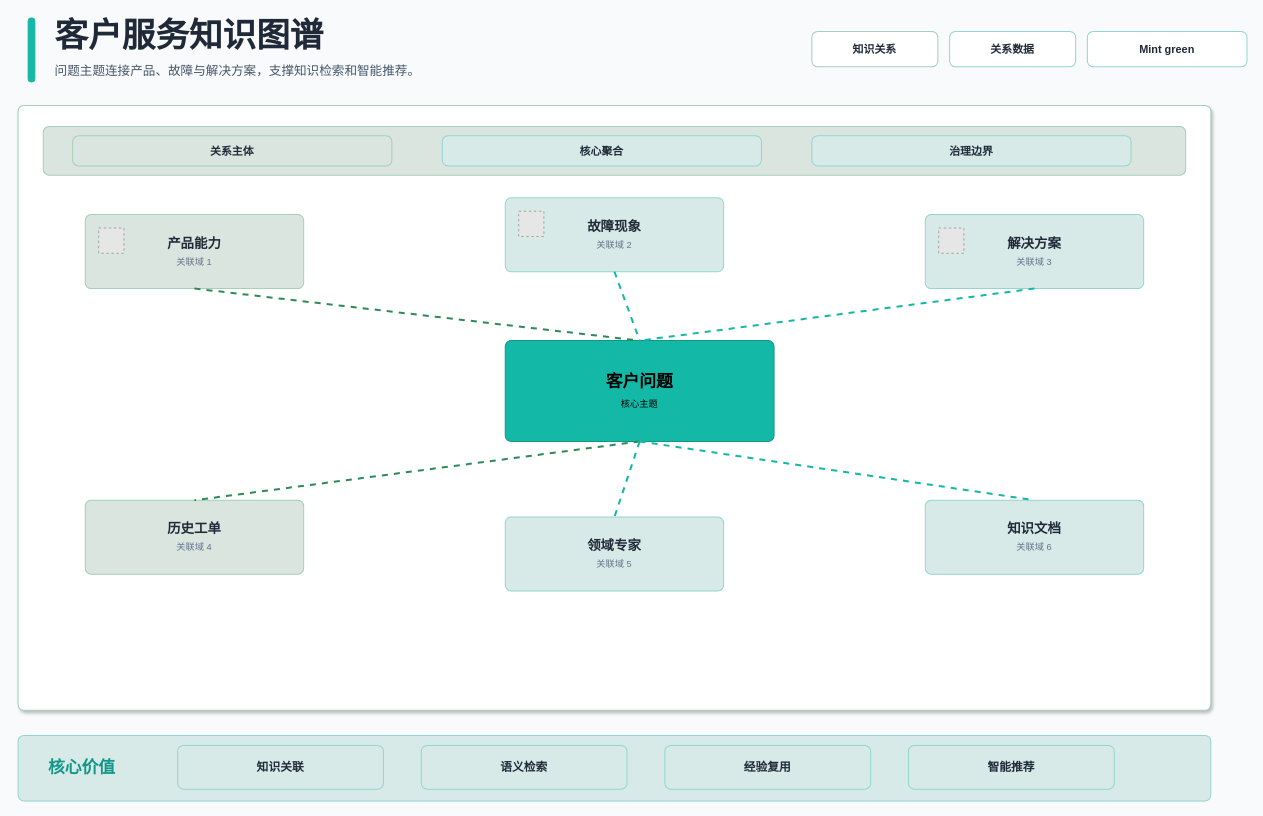
The draw.io diagram .opencode/skills/xml-diagram/examples/relationship-knowledge-mint-green-light-enterprise.drawio in BeWaterMyFriend7/SKILL-PROJECT, before the edit. Source tidied: cells renumbered, new cells numbered last; positions are measured from the earlier drawing's top-left corner, leaving out a move shared by most shapes. Both pictures are drawn from the tidied source at 84%, with x=0, y=0 at pixel (18, 14). Pictures stored in the file or linked from it are replaced by grey dashed boxes.
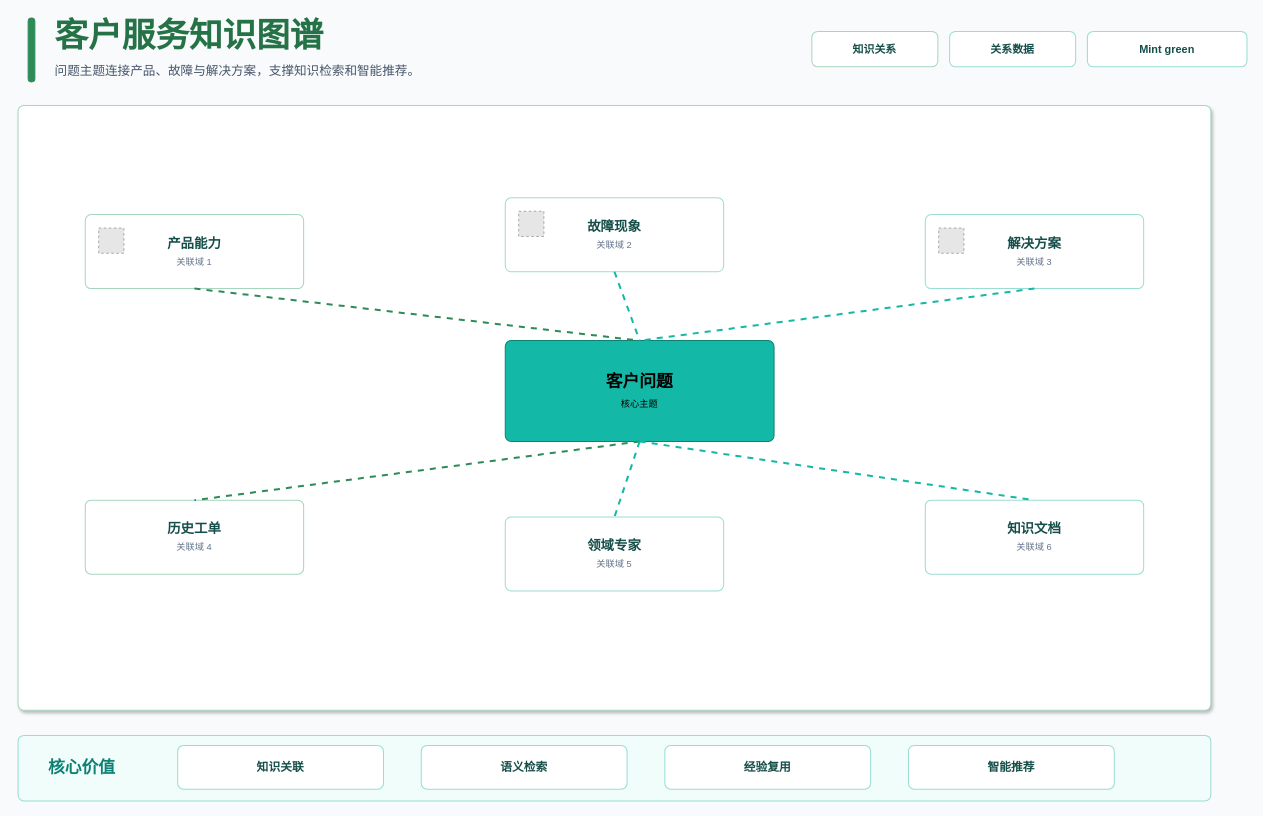
After the change.

What changed in the source:
```diff
@@
-    <mxCell id="2" style="rounded=1;absoluteArcSize=1;arcSize=14;whiteSpace=wrap;html=1;fillColor=#14B8A6;strokeColor=#14B8A6;strokeWidth=1.2;fontColor=#000000;fontSize=12;fontFamily=Microsoft YaHei;align=center;verticalAlign=middle;" parent="1" vertex="1">
+    <mxCell id="2" style="rounded=1;absoluteArcSize=1;arcSize=14;whiteSpace=wrap;html=1;fillColor=#2E8B57;strokeColor=#2E8B57;strokeWidth=1.2;fontColor=#000000;fontSize=12;fontFamily=Microsoft YaHei;align=center;verticalAlign=middle;" parent="1" vertex="1">
       <mxGeometry x="12" y="4" width="8" height="76" as="geometry" />
     </mxCell>
-    <mxCell id="3" value="客户服务知识图谱" style="rounded=1;absoluteArcSize=1;arcSize=14;whiteSpace=wrap;html=1;fillColor=none;strokeColor=none;strokeWidth=1.2;fontColor=#1F2937;fontSize=40;fontFamily=Microsoft YaHei;align=left;verticalAlign=middle;fontStyle=1;" parent="1" vertex="1">
+    <mxCell id="3" value="客户服务知识图谱" style="rounded=1;absoluteArcSize=1;arcSize=14;whiteSpace=wrap;html=1;fillColor=none;strokeColor=none;strokeWidth=1.2;fontColor=#267247;fontSize=40;fontFamily=Microsoft YaHei;align=left;verticalAlign=middle;fontStyle=1;" parent="1" vertex="1">
       <mxGeometry x="42" width="760" height="48" as="geometry" />
     </mxCell>
@@
-    <mxCell id="5" value="知识关系" style="rounded=1;absoluteArcSize=1;arcSize=14;whiteSpace=wrap;html=1;fillColor=#FFFFFF;strokeColor=#A7CEB8;strokeWidth=1.2;fontColor=#1F2937;fontSize=13;fontFamily=Microsoft YaHei;align=center;verticalAlign=middle;fontStyle=1;" parent="1" vertex="1">
+    <mxCell id="5" value="知识关系" style="rounded=1;absoluteArcSize=1;arcSize=14;whiteSpace=wrap;html=1;fillColor=#FFFFFF;strokeColor=#A8D5BE;strokeWidth=1.2;fontColor=#154E49;fontSize=13;fontFamily=Microsoft YaHei;align=center;verticalAlign=middle;fontStyle=1;" parent="1" vertex="1">
       <mxGeometry x="945" y="20" width="150" height="42" as="geometry" />
     </mxCell>
-    <mxCell id="6" value="关系数据" style="rounded=1;absoluteArcSize=1;arcSize=14;whiteSpace=wrap;html=1;fillColor=#FFFFFF;strokeColor=#94D6CF;strokeWidth=1.2;fontColor=#1F2937;fontSize=13;fontFamily=Microsoft YaHei;align=center;verticalAlign=middle;fontStyle=1;" parent="1" vertex="1">
+    <mxCell id="6" value="关系数据" style="rounded=1;absoluteArcSize=1;arcSize=14;whiteSpace=wrap;html=1;fillColor=#FFFFFF;strokeColor=#9ADDD2;strokeWidth=1.2;fontColor=#154E49;fontSize=13;fontFamily=Microsoft YaHei;align=center;verticalAlign=middle;fontStyle=1;" parent="1" vertex="1">
       <mxGeometry x="1109" y="20" width="150" height="42" as="geometry" />
     </mxCell>
-    <mxCell id="7" value="Mint green" style="rounded=1;absoluteArcSize=1;arcSize=14;whiteSpace=wrap;html=1;fillColor=#FFFFFF;strokeColor=#94D6CF;strokeWidth=1.2;fontColor=#1F2937;fontSize=13;fontFamily=Microsoft YaHei;align=center;verticalAlign=middle;fontStyle=1;" parent="1" vertex="1">
+    <mxCell id="7" value="Mint green" style="rounded=1;absoluteArcSize=1;arcSize=14;whiteSpace=wrap;html=1;fillColor=#FFFFFF;strokeColor=#9ADDD2;strokeWidth=1.2;fontColor=#154E49;fontSize=13;fontFamily=Microsoft YaHei;align=center;verticalAlign=middle;fontStyle=1;" parent="1" vertex="1">
       <mxGeometry x="1273" y="20" width="190" height="42" as="geometry" />
     </mxCell>
-    <mxCell id="8" style="rounded=1;absoluteArcSize=1;arcSize=14;whiteSpace=wrap;html=1;fillColor=#FFFFFF;strokeColor=#A7CEB8;strokeWidth=1.2;fontColor=#1F2937;fontSize=15;fontFamily=Microsoft YaHei;align=center;verticalAlign=middle;shadow=1;" parent="1" vertex="1">
+    <mxCell id="8" style="rounded=1;absoluteArcSize=1;arcSize=14;whiteSpace=wrap;html=1;fillColor=#FFFFFF;strokeColor=#A8D5BE;strokeWidth=1.2;fontColor=#154E49;fontSize=15;fontFamily=Microsoft YaHei;align=center;verticalAlign=middle;shadow=1;" parent="1" vertex="1">
       <mxGeometry y="108" width="1420" height="720" as="geometry" />
     </mxCell>
-    <mxCell id="9" style="rounded=1;absoluteArcSize=1;arcSize=14;whiteSpace=wrap;html=1;fillColor=#DAE5DF;strokeColor=#A7CEB8;strokeWidth=1.2;fontColor=#1F2937;fontSize=15;fontFamily=Microsoft YaHei;align=center;verticalAlign=middle;" parent="1" vertex="1">
-      <mxGeometry x="30" y="133" width="1360" height="58" as="geometry" />
-    </mxCell>
-    <mxCell id="10" value="&lt;b&gt;关系主体&lt;/b&gt;" style="rounded=1;absoluteArcSize=1;arcSize=14;whiteSpace=wrap;html=1;fillColor=#DAE5DF;strokeColor=#A7CEB8;strokeWidth=1.2;fontColor=#1F2937;fontSize=13;fontFamily=Microsoft YaHei;align=center;verticalAlign=middle;" parent="1" vertex="1">
-      <mxGeometry x="65" y="144" width="380" height="36" as="geometry" />
-    </mxCell>
-    <mxCell id="11" value="&lt;b&gt;核心聚合&lt;/b&gt;" style="rounded=1;absoluteArcSize=1;arcSize=14;whiteSpace=wrap;html=1;fillColor=#D8EAE8;strokeColor=#94D6CF;strokeWidth=1.2;fontColor=#1F2937;fontSize=13;fontFamily=Microsoft YaHei;align=center;verticalAlign=middle;" parent="1" vertex="1">
-      <mxGeometry x="505" y="144" width="380" height="36" as="geometry" />
-    </mxCell>
-    <mxCell id="12" value="&lt;b&gt;治理边界&lt;/b&gt;" style="rounded=1;absoluteArcSize=1;arcSize=14;whiteSpace=wrap;html=1;fillColor=#D8EAE8;strokeColor=#94D6CF;strokeWidth=1.2;fontColor=#1F2937;fontSize=13;fontFamily=Microsoft YaHei;align=center;verticalAlign=middle;" parent="1" vertex="1">
-      <mxGeometry x="945" y="144" width="380" height="36" as="geometry" />
-    </mxCell>
-    <mxCell id="13" style="rounded=1;absoluteArcSize=1;arcSize=14;whiteSpace=wrap;html=1;fillColor=#D8EAE8;strokeColor=#94D6CF;strokeWidth=1.2;fontColor=#1F2937;fontSize=15;fontFamily=Microsoft YaHei;align=center;verticalAlign=middle;" parent="1" vertex="1">
+    <mxCell id="13" style="rounded=1;absoluteArcSize=1;arcSize=14;whiteSpace=wrap;html=1;fillColor=#F0FDFA;strokeColor=#9ADDD2;strokeWidth=1.2;fontColor=#154E49;fontSize=15;fontFamily=Microsoft YaHei;align=center;verticalAlign=middle;" parent="1" vertex="1">
       <mxGeometry y="858" width="1420" height="78" as="geometry" />
     </mxCell>
-    <mxCell id="14" value="&lt;b&gt;知识关联&lt;/b&gt;" style="rounded=1;absoluteArcSize=1;arcSize=14;whiteSpace=wrap;html=1;fillColor=#D8EAE8;strokeColor=#94D6CF;strokeWidth=1.2;fontColor=#1F2937;fontSize=14;fontFamily=Microsoft YaHei;align=center;verticalAlign=middle;" parent="1" vertex="1">
+    <mxCell id="14" value="&lt;b&gt;知识关联&lt;/b&gt;" style="rounded=1;absoluteArcSize=1;arcSize=14;whiteSpace=wrap;html=1;fillColor=#FFFFFF;strokeColor=#9ADDD2;strokeWidth=1.2;fontColor=#154E49;fontSize=14;fontFamily=Microsoft YaHei;align=center;verticalAlign=middle;" parent="1" vertex="1">
       <mxGeometry x="190" y="870" width="245" height="52" as="geometry" />
     </mxCell>
-    <mxCell id="15" value="&lt;b&gt;语义检索&lt;/b&gt;" style="rounded=1;absoluteArcSize=1;arcSize=14;whiteSpace=wrap;html=1;fillColor=#D8EAE8;strokeColor=#94D6CF;strokeWidth=1.2;fontColor=#1F2937;fontSize=14;fontFamily=Microsoft YaHei;align=center;verticalAlign=middle;" parent="1" vertex="1">
+    <mxCell id="15" value="&lt;b&gt;语义检索&lt;/b&gt;" style="rounded=1;absoluteArcSize=1;arcSize=14;whiteSpace=wrap;html=1;fillColor=#FFFFFF;strokeColor=#9ADDD2;strokeWidth=1.2;fontColor=#154E49;fontSize=14;fontFamily=Microsoft YaHei;align=center;verticalAlign=middle;" parent="1" vertex="1">
       <mxGeometry x="480" y="870" width="245" height="52" as="geometry" />
     </mxCell>
-    <mxCell id="16" value="&lt;b&gt;经验复用&lt;/b&gt;" style="rounded=1;absoluteArcSize=1;arcSize=14;whiteSpace=wrap;html=1;fillColor=#D8EAE8;strokeColor=#94D6CF;strokeWidth=1.2;fontColor=#1F2937;fontSize=14;fontFamily=Microsoft YaHei;align=center;verticalAlign=middle;" parent="1" vertex="1">
+    <mxCell id="16" value="&lt;b&gt;经验复用&lt;/b&gt;" style="rounded=1;absoluteArcSize=1;arcSize=14;whiteSpace=wrap;html=1;fillColor=#FFFFFF;strokeColor=#9ADDD2;strokeWidth=1.2;fontColor=#154E49;fontSize=14;fontFamily=Microsoft YaHei;align=center;verticalAlign=middle;" parent="1" vertex="1">
       <mxGeometry x="770" y="870" width="245" height="52" as="geometry" />
     </mxCell>
-    <mxCell id="17" value="&lt;b&gt;智能推荐&lt;/b&gt;" style="rounded=1;absoluteArcSize=1;arcSize=14;whiteSpace=wrap;html=1;fillColor=#D8EAE8;strokeColor=#94D6CF;strokeWidth=1.2;fontColor=#1F2937;fontSize=14;fontFamily=Microsoft YaHei;align=center;verticalAlign=middle;" parent="1" vertex="1">
+    <mxCell id="17" value="&lt;b&gt;智能推荐&lt;/b&gt;" style="rounded=1;absoluteArcSize=1;arcSize=14;whiteSpace=wrap;html=1;fillColor=#FFFFFF;strokeColor=#9ADDD2;strokeWidth=1.2;fontColor=#154E49;fontSize=14;fontFamily=Microsoft YaHei;align=center;verticalAlign=middle;" parent="1" vertex="1">
       <mxGeometry x="1060" y="870" width="245" height="52" as="geometry" />
     </mxCell>
-    <mxCell id="18" value="&lt;b&gt;客户问题&lt;/b&gt;&lt;br&gt;&lt;font style='font-size:11px;color:#000000'&gt;核心主题&lt;/font&gt;" style="rounded=1;absoluteArcSize=1;arcSize=14;whiteSpace=wrap;html=1;fillColor=#14B8A6;strokeColor=#109788;strokeWidth=1.2;fontColor=#000000;fontSize=20;fontFamily=Microsoft YaHei;align=center;verticalAlign=middle;" parent="1" vertex="1">
+    <mxCell id="18" value="&lt;b&gt;客户问题&lt;/b&gt;&lt;br&gt;&lt;font style='font-size:11px;color:#000000'&gt;核心主题&lt;/font&gt;" style="rounded=1;absoluteArcSize=1;arcSize=14;whiteSpace=wrap;html=1;fillColor=#14B8A6;strokeColor=#0E8074;strokeWidth=1.2;fontColor=#000000;fontSize=20;fontFamily=Microsoft YaHei;align=center;verticalAlign=middle;" parent="1" vertex="1">
       <mxGeometry x="580" y="388" width="320" height="120" as="geometry" />
     </mxCell>
-    <mxCell id="19" value="&lt;b&gt;产品能力&lt;/b&gt;&lt;br&gt;&lt;font style='font-size:11px;color:#64748B'&gt;关联域 1&lt;/font&gt;" style="rounded=1;absoluteArcSize=1;arcSize=14;whiteSpace=wrap;html=1;fillColor=#DAE5DF;strokeColor=#A7CEB8;strokeWidth=1.2;fontColor=#1F2937;fontSize=16;fontFamily=Microsoft YaHei;align=center;verticalAlign=middle;" parent="1" vertex="1">
+    <mxCell id="19" value="&lt;b&gt;产品能力&lt;/b&gt;&lt;br&gt;&lt;font style='font-size:11px;color:#64748B'&gt;关联域 1&lt;/font&gt;" style="rounded=1;absoluteArcSize=1;arcSize=14;whiteSpace=wrap;html=1;fillColor=#FFFFFF;strokeColor=#A8D5BE;strokeWidth=1.2;fontColor=#154E49;fontSize=16;fontFamily=Microsoft YaHei;align=center;verticalAlign=middle;" parent="1" vertex="1">
       <mxGeometry x="80" y="238" width="260" height="88" as="geometry" />
     </mxCell>
-    <mxCell id="20" value="&lt;b&gt;故障现象&lt;/b&gt;&lt;br&gt;&lt;font style='font-size:11px;color:#64748B'&gt;关联域 2&lt;/font&gt;" style="rounded=1;absoluteArcSize=1;arcSize=14;whiteSpace=wrap;html=1;fillColor=#D8EAE8;strokeColor=#94D6CF;strokeWidth=1.2;fontColor=#1F2937;fontSize=16;fontFamily=Microsoft YaHei;align=center;verticalAlign=middle;" parent="1" vertex="1">
+    <mxCell id="20" value="&lt;b&gt;故障现象&lt;/b&gt;&lt;br&gt;&lt;font style='font-size:11px;color:#64748B'&gt;关联域 2&lt;/font&gt;" style="rounded=1;absoluteArcSize=1;arcSize=14;whiteSpace=wrap;html=1;fillColor=#FFFFFF;strokeColor=#9ADDD2;strokeWidth=1.2;fontColor=#154E49;fontSize=16;fontFamily=Microsoft YaHei;align=center;verticalAlign=middle;" parent="1" vertex="1">
       <mxGeometry x="580" y="218" width="260" height="88" as="geometry" />
     </mxCell>
-    <mxCell id="21" value="&lt;b&gt;解决方案&lt;/b&gt;&lt;br&gt;&lt;font style='font-size:11px;color:#64748B'&gt;关联域 3&lt;/font&gt;" style="rounded=1;absoluteArcSize=1;arcSize=14;whiteSpace=wrap;html=1;fillColor=#D8EAE8;strokeColor=#94D6CF;strokeWidth=1.2;fontColor=#1F2937;fontSize=16;fontFamily=Microsoft YaHei;align=center;verticalAlign=middle;" parent="1" vertex="1">
+    <mxCell id="21" value="&lt;b&gt;解决方案&lt;/b&gt;&lt;br&gt;&lt;font style='font-size:11px;color:#64748B'&gt;关联域 3&lt;/font&gt;" style="rounded=1;absoluteArcSize=1;arcSize=14;whiteSpace=wrap;html=1;fillColor=#FFFFFF;strokeColor=#9ADDD2;strokeWidth=1.2;fontColor=#154E49;fontSize=16;fontFamily=Microsoft YaHei;align=center;verticalAlign=middle;" parent="1" vertex="1">
       <mxGeometry x="1080" y="238" width="260" height="88" as="geometry" />
     </mxCell>
-    <mxCell id="22" value="&lt;b&gt;历史工单&lt;/b&gt;&lt;br&gt;&lt;font style='font-size:11px;color:#64748B'&gt;关联域 4&lt;/font&gt;" style="rounded=1;absoluteArcSize=1;arcSize=14;whiteSpace=wrap;html=1;fillColor=#DAE5DF;strokeColor=#A7CEB8;strokeWidth=1.2;fontColor=#1F2937;fontSize=16;fontFamily=Microsoft YaHei;align=center;verticalAlign=middle;" parent="1" vertex="1">
+    <mxCell id="22" value="&lt;b&gt;历史工单&lt;/b&gt;&lt;br&gt;&lt;font style='font-size:11px;color:#64748B'&gt;关联域 4&lt;/font&gt;" style="rounded=1;absoluteArcSize=1;arcSize=14;whiteSpace=wrap;html=1;fillColor=#FFFFFF;strokeColor=#A8D5BE;strokeWidth=1.2;fontColor=#154E49;fontSize=16;fontFamily=Microsoft YaHei;align=center;verticalAlign=middle;" parent="1" vertex="1">
       <mxGeometry x="80" y="578" width="260" height="88" as="geometry" />
     </mxCell>
-    <mxCell id="23" value="&lt;b&gt;领域专家&lt;/b&gt;&lt;br&gt;&lt;font style='font-size:11px;color:#64748B'&gt;关联域 5&lt;/font&gt;" style="rounded=1;absoluteArcSize=1;arcSize=14;whiteSpace=wrap;html=1;fillColor=#D8EAE8;strokeColor=#94D6CF;strokeWidth=1.2;fontColor=#1F2937;fontSize=16;fontFamily=Microsoft YaHei;align=center;verticalAlign=middle;" parent="1" vertex="1">
+    <mxCell id="23" value="&lt;b&gt;领域专家&lt;/b&gt;&lt;br&gt;&lt;font style='font-size:11px;color:#64748B'&gt;关联域 5&lt;/font&gt;" style="rounded=1;absoluteArcSize=1;arcSize=14;whiteSpace=wrap;html=1;fillColor=#FFFFFF;strokeColor=#9ADDD2;strokeWidth=1.2;fontColor=#154E49;fontSize=16;fontFamily=Microsoft YaHei;align=center;verticalAlign=middle;" parent="1" vertex="1">
       <mxGeometry x="580" y="598" width="260" height="88" as="geometry" />
     </mxCell>
-    <mxCell id="24" value="&lt;b&gt;知识文档&lt;/b&gt;&lt;br&gt;&lt;font style='font-size:11px;color:#64748B'&gt;关联域 6&lt;/font&gt;" style="rounded=1;absoluteArcSize=1;arcSize=14;whiteSpace=wrap;html=1;fillColor=#D8EAE8;strokeColor=#94D6CF;strokeWidth=1.2;fontColor=#1F2937;fontSize=16;fontFamily=Microsoft YaHei;align=center;verticalAlign=middle;" parent="1" vertex="1">
+    <mxCell id="24" value="&lt;b&gt;知识文档&lt;/b&gt;&lt;br&gt;&lt;font style='font-size:11px;color:#64748B'&gt;关联域 6&lt;/font&gt;" style="rounded=1;absoluteArcSize=1;arcSize=14;whiteSpace=wrap;html=1;fillColor=#FFFFFF;strokeColor=#9ADDD2;strokeWidth=1.2;fontColor=#154E49;fontSize=16;fontFamily=Microsoft YaHei;align=center;verticalAlign=middle;" parent="1" vertex="1">
       <mxGeometry x="1080" y="578" width="260" height="88" as="geometry" />
     </mxCell>
-    <mxCell id="25" value="核心价值" style="rounded=1;absoluteArcSize=1;arcSize=14;whiteSpace=wrap;html=1;fillColor=none;strokeColor=none;strokeWidth=1.2;fontColor=#109788;fontSize=20;fontFamily=Microsoft YaHei;align=left;verticalAlign=middle;fontStyle=1;" parent="1" vertex="1">
+    <mxCell id="25" value="核心价值" style="rounded=1;absoluteArcSize=1;arcSize=14;whiteSpace=wrap;html=1;fillColor=none;strokeColor=none;strokeWidth=1.2;fontColor=#0E8074;fontSize=20;fontFamily=Microsoft YaHei;align=left;verticalAlign=middle;fontStyle=1;" parent="1" vertex="1">
       <mxGeometry x="34" y="874" width="130" height="42" as="geometry" />
     </mxCell>
```
